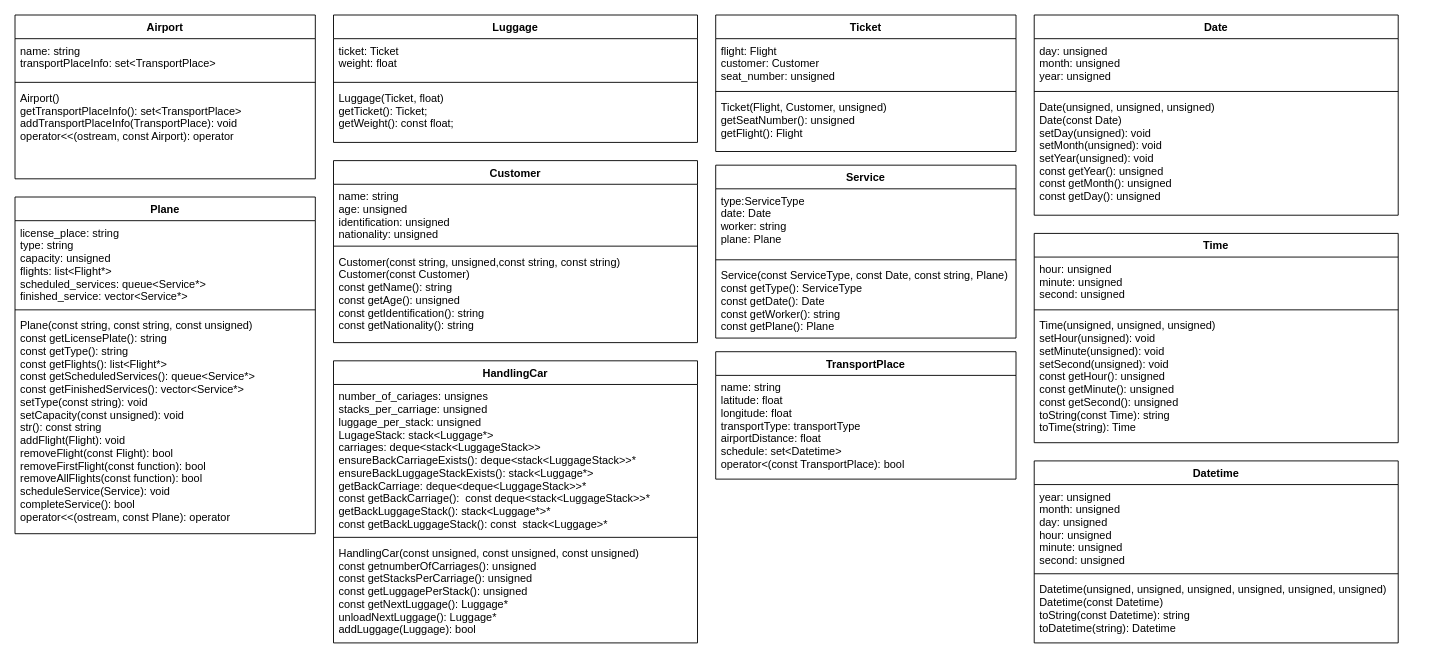
dendinho-e-bolinha/airline keeps this draw.io diagram as Untitled Diagram.drawio. Above is the earlier version. Source tidied: cells renumbered, new cells numbered last; positions are measured from the earlier drawing's top-left corner, leaving out a move shared by most shapes. Both pictures are drawn from the tidied source at 91%, with x=0, y=0 at pixel (15, 15).
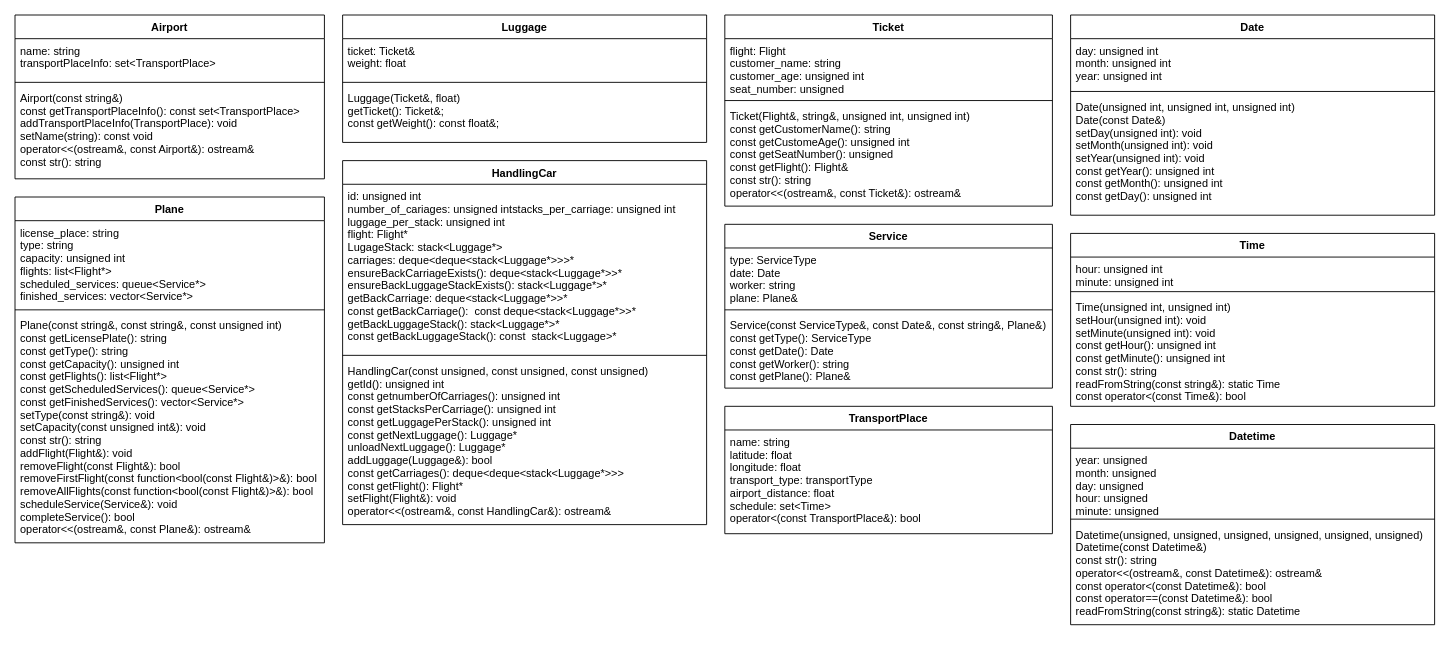
Above is the later version.

Commit message:
Updated classes diagram

The edit, as a diff of the source:
```diff
@@
     <mxCell id="2" value="Airport" style="swimlane;fontStyle=1;align=center;verticalAlign=top;horizontal=1;startSize=26;glass=0;strokeColor=default;" parent="1" vertex="1">
-      <mxGeometry width="330" height="180" as="geometry" />
+      <mxGeometry width="340" height="180" as="geometry" />
     </mxCell>
     <mxCell id="3" value="name: string&#10;transportPlaceInfo: set&lt;TransportPlace&gt;&#10;" style="text;strokeColor=none;fillColor=none;align=left;verticalAlign=top;spacingLeft=4;spacingRight=4;overflow=hidden;glass=0;" parent="2" vertex="1">
-      <mxGeometry y="26" width="330" height="44" as="geometry" />
+      <mxGeometry y="26" width="340" height="44" as="geometry" />
     </mxCell>
     <mxCell id="4" style="line;strokeWidth=1;fillColor=none;align=left;verticalAlign=middle;spacingTop=-1;spacingLeft=3;spacingRight=3;labelPosition=right;glass=0;" parent="2" vertex="1">
-      <mxGeometry y="70" width="330" height="8" as="geometry" />
+      <mxGeometry y="70" width="340" height="8" as="geometry" />
     </mxCell>
-    <mxCell id="5" value="Airport()&#10;getTransportPlaceInfo(): set&lt;TransportPlace&gt;&#10;addTransportPlaceInfo(TransportPlace): void&#10;operator&lt;&lt;(ostream, const Airport): operator&#10;" style="text;strokeColor=none;fillColor=none;align=left;verticalAlign=top;spacingLeft=4;spacingRight=4;overflow=hidden;glass=0;" parent="2" vertex="1">
-      <mxGeometry y="78" width="330" height="102" as="geometry" />
+    <mxCell id="5" value="Airport(const string&amp;)&#10;const getTransportPlaceInfo(): const set&lt;TransportPlace&gt;&#10;addTransportPlaceInfo(TransportPlace): void&#10;setName(string): const void&#10;operator&lt;&lt;(ostream&amp;, const Airport&amp;): ostream&amp;&#10;const str(): string&#10;&#10;" style="text;strokeColor=none;fillColor=none;align=left;verticalAlign=top;spacingLeft=4;spacingRight=4;overflow=hidden;glass=0;" parent="2" vertex="1">
+      <mxGeometry y="78" width="340" height="102" as="geometry" />
     </mxCell>
     <mxCell id="6" value="TransportPlace" style="swimlane;fontStyle=1;align=center;verticalAlign=top;horizontal=1;startSize=26;glass=0;strokeColor=default;" parent="1" vertex="1">
-      <mxGeometry x="770" y="370" width="330" height="140" as="geometry" />
+      <mxGeometry x="780" y="430" width="360" height="140" as="geometry" />
     </mxCell>
-    <mxCell id="7" value="name: string&#10;latitude: float&#10;longitude: float&#10;transportType: transportType&#10;airportDistance: float&#10;schedule: set&lt;Datetime&gt;&#10;operator&lt;(const TransportPlace): bool" style="text;strokeColor=none;fillColor=none;align=left;verticalAlign=top;spacingLeft=4;spacingRight=4;overflow=hidden;glass=0;" parent="6" vertex="1">
-      <mxGeometry y="26" width="330" height="114" as="geometry" />
+    <mxCell id="7" value="name: string&#10;latitude: float&#10;longitude: float&#10;transport_type: transportType&#10;airport_distance: float&#10;schedule: set&lt;Time&gt;&#10;operator&lt;(const TransportPlace&amp;): bool" style="text;strokeColor=none;fillColor=none;align=left;verticalAlign=top;spacingLeft=4;spacingRight=4;overflow=hidden;glass=0;" parent="6" vertex="1">
+      <mxGeometry y="26" width="360" height="114" as="geometry" />
     </mxCell>
     <mxCell id="8" value="Ticket" style="swimlane;fontStyle=1;align=center;verticalAlign=top;horizontal=1;startSize=26;glass=0;strokeColor=default;" parent="1" vertex="1">
-      <mxGeometry x="770" width="330" height="150" as="geometry" />
+      <mxGeometry x="780" width="360" height="210" as="geometry" />
     </mxCell>
-    <mxCell id="9" value="flight: Flight&#10;customer: Customer&#10;seat_number: unsigned&#10;" style="text;strokeColor=none;fillColor=none;align=left;verticalAlign=top;spacingLeft=4;spacingRight=4;overflow=hidden;glass=0;" parent="8" vertex="1">
-      <mxGeometry y="26" width="330" height="54" as="geometry" />
+    <mxCell id="9" value="flight: Flight&#10;customer_name: string&#10;customer_age: unsigned int&#10;seat_number: unsigned&#10;" style="text;strokeColor=none;fillColor=none;align=left;verticalAlign=top;spacingLeft=4;spacingRight=4;overflow=hidden;glass=0;" parent="8" vertex="1">
+      <mxGeometry y="26" width="360" height="64" as="geometry" />
     </mxCell>
     <mxCell id="10" style="line;strokeWidth=1;fillColor=none;align=left;verticalAlign=middle;spacingTop=-1;spacingLeft=3;spacingRight=3;labelPosition=right;glass=0;" parent="8" vertex="1">
-      <mxGeometry y="80" width="330" height="8" as="geometry" />
+      <mxGeometry y="90" width="360" height="8" as="geometry" />
     </mxCell>
-    <mxCell id="11" value="Ticket(Flight, Customer, unsigned)&#10;getSeatNumber(): unsigned&#10;getFlight(): Flight&#10;" style="text;strokeColor=none;fillColor=none;align=left;verticalAlign=top;spacingLeft=4;spacingRight=4;overflow=hidden;glass=0;" parent="8" vertex="1">
-      <mxGeometry y="88" width="330" height="62" as="geometry" />
+    <mxCell id="11" value="Ticket(Flight&amp;, string&amp;, unsigned int, unsigned int)&#10;const getCustomerName(): string&#10;const getCustomeAge(): unsigned int&#10;const getSeatNumber(): unsigned&#10;const getFlight(): Flight&amp;&#10;const str(): string&#10;operator&lt;&lt;(ostream&amp;, const Ticket&amp;): ostream&amp;&#10;&#10;" style="text;strokeColor=none;fillColor=none;align=left;verticalAlign=top;spacingLeft=4;spacingRight=4;overflow=hidden;glass=0;" parent="8" vertex="1">
+      <mxGeometry y="98" width="360" height="112" as="geometry" />
     </mxCell>
     <mxCell id="12" value="Plane" style="swimlane;fontStyle=1;align=center;verticalAlign=top;horizontal=1;startSize=26;glass=0;strokeColor=default;" parent="1" vertex="1">
-      <mxGeometry y="200" width="330" height="370" as="geometry" />
+      <mxGeometry y="200" width="340" height="380" as="geometry" />
     </mxCell>
-    <mxCell id="13" value="license_place: string&#10;type: string&#10;capacity: unsigned&#10;flights: list&lt;Flight*&gt;&#10;scheduled_services: queue&lt;Service*&gt;&#10;finished_service: vector&lt;Service*&gt;&#10;" style="text;strokeColor=none;fillColor=none;align=left;verticalAlign=top;spacingLeft=4;spacingRight=4;overflow=hidden;glass=0;" parent="12" vertex="1">
-      <mxGeometry y="26" width="330" height="94" as="geometry" />
+    <mxCell id="13" value="license_place: string&#10;type: string&#10;capacity: unsigned int&#10;flights: list&lt;Flight*&gt;&#10;scheduled_services: queue&lt;Service*&gt;&#10;finished_services: vector&lt;Service*&gt;&#10;" style="text;strokeColor=none;fillColor=none;align=left;verticalAlign=top;spacingLeft=4;spacingRight=4;overflow=hidden;glass=0;" parent="12" vertex="1">
+      <mxGeometry y="26" width="340" height="94" as="geometry" />
     </mxCell>
     <mxCell id="14" style="line;strokeWidth=1;fillColor=none;align=left;verticalAlign=middle;spacingTop=-1;spacingLeft=3;spacingRight=3;labelPosition=right;glass=0;" parent="12" vertex="1">
-      <mxGeometry y="120" width="330" height="8" as="geometry" />
+      <mxGeometry y="120" width="340" height="8" as="geometry" />
     </mxCell>
-    <mxCell id="15" value="Plane(const string, const string, const unsigned)&#10;const getLicensePlate(): string&#10;const getType(): string&#10;const getFlights(): list&lt;Flight*&gt;&#10;const getScheduledServices(): queue&lt;Service*&gt;&#10;const getFinishedServices(): vector&lt;Service*&gt;&#10;setType(const string): void&#10;setCapacity(const unsigned): void&#10;str(): const string&#10;addFlight(Flight): void&#10;removeFlight(const Flight): bool&#10;removeFirstFlight(const function): bool&#10;removeAllFlights(const function): bool&#10;scheduleService(Service): void&#10;completeService(): bool&#10;operator&lt;&lt;(ostream, const Plane): operator&#10;" style="text;strokeColor=none;fillColor=none;align=left;verticalAlign=top;spacingLeft=4;spacingRight=4;overflow=hidden;glass=0;" parent="12" vertex="1">
-      <mxGeometry y="128" width="330" height="242" as="geometry" />
+    <mxCell id="15" value="Plane(const string&amp;, const string&amp;, const unsigned int)&#10;const getLicensePlate(): string&#10;const getType(): string&#10;const getCapacity(): unsigned int&#10;const getFlights(): list&lt;Flight*&gt;&#10;const getScheduledServices(): queue&lt;Service*&gt;&#10;const getFinishedServices(): vector&lt;Service*&gt;&#10;setType(const string&amp;): void&#10;setCapacity(const unsigned int&amp;): void&#10;const str(): string&#10;addFlight(Flight&amp;): void&#10;removeFlight(const Flight&amp;): bool&#10;removeFirstFlight(const function&lt;bool(const Flight&amp;)&gt;&amp;): bool&#10;removeAllFlights(const function&lt;bool(const Flight&amp;)&gt;&amp;): bool&#10;scheduleService(Service&amp;): void&#10;completeService(): bool&#10;operator&lt;&lt;(ostream&amp;, const Plane&amp;): ostream&amp;&#10;" style="text;strokeColor=none;fillColor=none;align=left;verticalAlign=top;spacingLeft=4;spacingRight=4;overflow=hidden;glass=0;" parent="12" vertex="1">
+      <mxGeometry y="128" width="340" height="252" as="geometry" />
     </mxCell>
     <mxCell id="16" value="Service" style="swimlane;fontStyle=1;align=center;verticalAlign=top;horizontal=1;startSize=26;glass=0;strokeColor=default;" parent="1" vertex="1">
-      <mxGeometry x="770" y="165" width="330" height="190" as="geometry" />
+      <mxGeometry x="780" y="230" width="360" height="180" as="geometry" />
     </mxCell>
-    <mxCell id="17" value="type:ServiceType&#10;date: Date&#10;worker: string&#10;plane: Plane&#10;" style="text;strokeColor=none;fillColor=none;align=left;verticalAlign=top;spacingLeft=4;spacingRight=4;overflow=hidden;glass=0;" parent="16" vertex="1">
-      <mxGeometry y="26" width="330" height="74" as="geometry" />
+    <mxCell id="17" value="type: ServiceType&#10;date: Date&#10;worker: string&#10;plane: Plane&amp;&#10;" style="text;strokeColor=none;fillColor=none;align=left;verticalAlign=top;spacingLeft=4;spacingRight=4;overflow=hidden;glass=0;" parent="16" vertex="1">
+      <mxGeometry y="26" width="360" height="64" as="geometry" />
     </mxCell>
     <mxCell id="18" style="line;strokeWidth=1;fillColor=none;align=left;verticalAlign=middle;spacingTop=-1;spacingLeft=3;spacingRight=3;labelPosition=right;glass=0;" parent="16" vertex="1">
-      <mxGeometry y="100" width="330" height="8" as="geometry" />
+      <mxGeometry y="90" width="360" height="8" as="geometry" />
     </mxCell>
-    <mxCell id="19" value="Service(const ServiceType, const Date, const string, Plane)&#10;const getType(): ServiceType&#10;const getDate(): Date&#10;const getWorker(): string&#10;const getPlane(): Plane&#10;" style="text;strokeColor=none;fillColor=none;align=left;verticalAlign=top;spacingLeft=4;spacingRight=4;overflow=hidden;glass=0;" parent="16" vertex="1">
-      <mxGeometry y="108" width="330" height="82" as="geometry" />
+    <mxCell id="19" value="Service(const ServiceType&amp;, const Date&amp;, const string&amp;, Plane&amp;)&#10;const getType(): ServiceType&#10;const getDate(): Date&#10;const getWorker(): string&#10;const getPlane(): Plane&amp;&#10;" style="text;strokeColor=none;fillColor=none;align=left;verticalAlign=top;spacingLeft=4;spacingRight=4;overflow=hidden;glass=0;" parent="16" vertex="1">
+      <mxGeometry y="98" width="360" height="82" as="geometry" />
     </mxCell>
     <mxCell id="20" value="Date" style="swimlane;fontStyle=1;align=center;verticalAlign=top;horizontal=1;startSize=26;glass=0;strokeColor=default;" parent="1" vertex="1">
-      <mxGeometry x="1120" width="400" height="220" as="geometry" />
+      <mxGeometry x="1160" width="400" height="220" as="geometry" />
     </mxCell>
-    <mxCell id="21" value="day: unsigned&#10;month: unsigned&#10;year: unsigned&#10;" style="text;strokeColor=none;fillColor=none;align=left;verticalAlign=top;spacingLeft=4;spacingRight=4;overflow=hidden;glass=0;" parent="20" vertex="1">
+    <mxCell id="21" value="day: unsigned int&#10;month: unsigned int&#10;year: unsigned int&#10;" style="text;strokeColor=none;fillColor=none;align=left;verticalAlign=top;spacingLeft=4;spacingRight=4;overflow=hidden;glass=0;" parent="20" vertex="1">
       <mxGeometry y="26" width="400" height="54" as="geometry" />
     </mxCell>
@@
-    <mxCell id="23" value="Date(unsigned, unsigned, unsigned)&#10;Date(const Date)&#10;setDay(unsigned): void&#10;setMonth(unsigned): void&#10;setYear(unsigned): void&#10;const getYear(): unsigned&#10;const getMonth(): unsigned&#10;const getDay(): unsigned" style="text;strokeColor=none;fillColor=none;align=left;verticalAlign=top;spacingLeft=4;spacingRight=4;overflow=hidden;glass=0;" parent="20" vertex="1">
+    <mxCell id="23" value="Date(unsigned int, unsigned int, unsigned int)&#10;Date(const Date&amp;)&#10;setDay(unsigned int): void&#10;setMonth(unsigned int): void&#10;setYear(unsigned int): void&#10;const getYear(): unsigned int&#10;const getMonth(): unsigned int&#10;const getDay(): unsigned int" style="text;strokeColor=none;fillColor=none;align=left;verticalAlign=top;spacingLeft=4;spacingRight=4;overflow=hidden;glass=0;" parent="20" vertex="1">
       <mxGeometry y="88" width="400" height="132" as="geometry" />
     </mxCell>
     <mxCell id="24" value="Time" style="swimlane;fontStyle=1;align=center;verticalAlign=top;horizontal=1;startSize=26;glass=0;strokeColor=default;" parent="1" vertex="1">
-      <mxGeometry x="1120" y="240" width="400" height="230" as="geometry" />
+      <mxGeometry x="1160" y="240" width="400" height="190" as="geometry" />
     </mxCell>
-    <mxCell id="25" value="hour: unsigned&#10;minute: unsigned&#10;second: unsigned&#10;" style="text;strokeColor=none;fillColor=none;align=left;verticalAlign=top;spacingLeft=4;spacingRight=4;overflow=hidden;glass=0;" parent="24" vertex="1">
-      <mxGeometry y="26" width="400" height="54" as="geometry" />
+    <mxCell id="25" value="hour: unsigned int&#10;minute: unsigned int" style="text;strokeColor=none;fillColor=none;align=left;verticalAlign=top;spacingLeft=4;spacingRight=4;overflow=hidden;glass=0;" parent="24" vertex="1">
+      <mxGeometry y="26" width="400" height="34" as="geometry" />
     </mxCell>
     <mxCell id="26" style="line;strokeWidth=1;fillColor=none;align=left;verticalAlign=middle;spacingTop=-1;spacingLeft=3;spacingRight=3;labelPosition=right;glass=0;" parent="24" vertex="1">
-      <mxGeometry y="80" width="400" height="8" as="geometry" />
+      <mxGeometry y="60" width="400" height="8" as="geometry" />
     </mxCell>
-    <mxCell id="27" value="Time(unsigned, unsigned, unsigned)&#10;setHour(unsigned): void&#10;setMinute(unsigned): void&#10;setSecond(unsigned): void&#10;const getHour(): unsigned&#10;const getMinute(): unsigned&#10;const getSecond(): unsigned&#10;toString(const Time): string&#10;toTime(string): Time&#10;" style="text;strokeColor=none;fillColor=none;align=left;verticalAlign=top;spacingLeft=4;spacingRight=4;overflow=hidden;glass=0;" parent="24" vertex="1">
-      <mxGeometry y="88" width="400" height="142" as="geometry" />
+    <mxCell id="27" value="Time(unsigned int, unsigned int)&#10;setHour(unsigned int): void&#10;setMinute(unsigned int): void&#10;const getHour(): unsigned int&#10;const getMinute(): unsigned int&#10;const str(): string&#10;readFromString(const string&amp;): static Time&#10;const operator&lt;(const Time&amp;): bool&#10;&#10;" style="text;strokeColor=none;fillColor=none;align=left;verticalAlign=top;spacingLeft=4;spacingRight=4;overflow=hidden;glass=0;" parent="24" vertex="1">
+      <mxGeometry y="68" width="400" height="122" as="geometry" />
     </mxCell>
-    <mxCell id="28" value="Customer" style="swimlane;fontStyle=1;align=center;verticalAlign=top;horizontal=1;startSize=26;glass=0;strokeColor=default;" parent="1" vertex="1">
-      <mxGeometry x="350" y="160" width="400" height="200" as="geometry" />
-    </mxCell>
-    <mxCell id="29" value="name: string&#10;age: unsigned&#10;identification: unsigned&#10;nationality: unsigned&#10;" style="text;strokeColor=none;fillColor=none;align=left;verticalAlign=top;spacingLeft=4;spacingRight=4;overflow=hidden;glass=0;" parent="28" vertex="1">
-      <mxGeometry y="26" width="400" height="64" as="geometry" />
-    </mxCell>
-    <mxCell id="30" style="line;strokeWidth=1;fillColor=none;align=left;verticalAlign=middle;spacingTop=-1;spacingLeft=3;spacingRight=3;labelPosition=right;glass=0;" parent="28" vertex="1">
-      <mxGeometry y="90" width="400" height="8" as="geometry" />
-    </mxCell>
-    <mxCell id="31" value="Customer(const string, unsigned,const string, const string)&#10;Customer(const Customer)&#10;const getName(): string&#10;const getAge(): unsigned&#10;const getIdentification(): string&#10;const getNationality(): string&#10;" style="text;strokeColor=none;fillColor=none;align=left;verticalAlign=top;spacingLeft=4;spacingRight=4;overflow=hidden;glass=0;" parent="28" vertex="1">
-      <mxGeometry y="98" width="400" height="102" as="geometry" />
-    </mxCell>
     <mxCell id="32" value="Luggage" style="swimlane;fontStyle=1;align=center;verticalAlign=top;horizontal=1;startSize=26;glass=0;strokeColor=default;" parent="1" vertex="1">
-      <mxGeometry x="350" width="400" height="140" as="geometry" />
+      <mxGeometry x="360" width="400" height="140" as="geometry" />
     </mxCell>
-    <mxCell id="33" value="ticket: Ticket&#10;weight: float&#10;" style="text;strokeColor=none;fillColor=none;align=left;verticalAlign=top;spacingLeft=4;spacingRight=4;overflow=hidden;glass=0;" parent="32" vertex="1">
+    <mxCell id="33" value="ticket: Ticket&amp;&#10;weight: float&#10;" style="text;strokeColor=none;fillColor=none;align=left;verticalAlign=top;spacingLeft=4;spacingRight=4;overflow=hidden;glass=0;" parent="32" vertex="1">
       <mxGeometry y="26" width="400" height="44" as="geometry" />
     </mxCell>
@@
-    <mxCell id="35" value="Luggage(Ticket, float)&#10;getTicket(): Ticket;&#10;getWeight(): const float;&#10;" style="text;strokeColor=none;fillColor=none;align=left;verticalAlign=top;spacingLeft=4;spacingRight=4;overflow=hidden;glass=0;" parent="32" vertex="1">
+    <mxCell id="35" value="Luggage(Ticket&amp;, float)&#10;getTicket(): Ticket&amp;;&#10;const getWeight(): const float&amp;;&#10;" style="text;strokeColor=none;fillColor=none;align=left;verticalAlign=top;spacingLeft=4;spacingRight=4;overflow=hidden;glass=0;" parent="32" vertex="1">
       <mxGeometry y="78" width="400" height="62" as="geometry" />
     </mxCell>
     <mxCell id="36" value="HandlingCar" style="swimlane;fontStyle=1;align=center;verticalAlign=top;horizontal=1;startSize=26;" parent="1" vertex="1">
-      <mxGeometry x="350" y="380" width="400" height="310" as="geometry" />
+      <mxGeometry x="360" y="160" width="400" height="400" as="geometry" />
     </mxCell>
-    <mxCell id="37" value="number_of_cariages: unsignes&#10;stacks_per_carriage: unsigned&#10;luggage_per_stack: unsigned&#10;LugageStack: stack&lt;Luggage*&gt;&#10;carriages: deque&lt;stack&lt;LuggageStack&gt;&gt;&#10;ensureBackCarriageExists(): deque&lt;stack&lt;LuggageStack&gt;&gt;*&#10;ensureBackLuggageStackExists(): stack&lt;Luggage*&gt;&#10;getBackCarriage: deque&lt;deque&lt;LuggageStack&gt;&gt;*&#10;const getBackCarriage():  const deque&lt;stack&lt;LuggageStack&gt;&gt;*&#10;getBackLuggageStack(): stack&lt;Luggage*&gt;*&#10;const getBackLuggageStack(): const  stack&lt;Luggage&gt;*&#10;" style="text;strokeColor=none;fillColor=none;align=left;verticalAlign=top;spacingLeft=4;spacingRight=4;overflow=hidden;" parent="36" vertex="1">
-      <mxGeometry y="26" width="400" height="164" as="geometry" />
+    <mxCell id="37" value="id: unsigned int&#10;number_of_cariages: unsigned intstacks_per_carriage: unsigned int&#10;luggage_per_stack: unsigned int&#10;flight: Flight*&#10;LugageStack: stack&lt;Luggage*&gt;&#10;carriages: deque&lt;deque&lt;stack&lt;Luggage*&gt;&gt;&gt;*&#10;ensureBackCarriageExists(): deque&lt;stack&lt;Luggage*&gt;&gt;*&#10;ensureBackLuggageStackExists(): stack&lt;Luggage*&gt;*&#10;getBackCarriage: deque&lt;stack&lt;Luggage*&gt;&gt;*&#10;const getBackCarriage():  const deque&lt;stack&lt;Luggage*&gt;&gt;*&#10;getBackLuggageStack(): stack&lt;Luggage*&gt;*&#10;const getBackLuggageStack(): const  stack&lt;Luggage&gt;*&#10;" style="text;strokeColor=none;fillColor=none;align=left;verticalAlign=top;spacingLeft=4;spacingRight=4;overflow=hidden;" parent="36" vertex="1">
+      <mxGeometry y="26" width="400" height="184" as="geometry" />
     </mxCell>
     <mxCell id="38" style="line;strokeWidth=1;fillColor=none;align=left;verticalAlign=middle;spacingTop=-1;spacingLeft=3;spacingRight=3;labelPosition=right;" parent="36" vertex="1">
-      <mxGeometry y="190" width="400" height="8" as="geometry" />
+      <mxGeometry y="210" width="400" height="8" as="geometry" />
     </mxCell>
-    <mxCell id="39" value="HandlingCar(const unsigned, const unsigned, const unsigned)&#10;const getnumberOfCarriages(): unsigned&#10;const getStacksPerCarriage(): unsigned&#10;const getLuggagePerStack(): unsigned&#10;const getNextLuggage(): Luggage*&#10;unloadNextLuggage(): Luggage*&#10;addLuggage(Luggage): bool&#10;" style="text;strokeColor=none;fillColor=none;align=left;verticalAlign=top;spacingLeft=4;spacingRight=4;overflow=hidden;" parent="36" vertex="1">
-      <mxGeometry y="198" width="400" height="112" as="geometry" />
+    <mxCell id="39" value="HandlingCar(const unsigned, const unsigned, const unsigned)&#10;getId(): unsigned int&#10;const getnumberOfCarriages(): unsigned int&#10;const getStacksPerCarriage(): unsigned int&#10;const getLuggagePerStack(): unsigned int&#10;const getNextLuggage(): Luggage*&#10;unloadNextLuggage(): Luggage*&#10;addLuggage(Luggage&amp;): bool&#10;const getCarriages(): deque&lt;deque&lt;stack&lt;Luggage*&gt;&gt;&gt;&#10;const getFlight(): Flight*&#10;setFlight(Flight&amp;): void&#10;operator&lt;&lt;(ostream&amp;, const HandlingCar&amp;): ostream&amp;&#10;&#10;&#10;&#10;" style="text;strokeColor=none;fillColor=none;align=left;verticalAlign=top;spacingLeft=4;spacingRight=4;overflow=hidden;" parent="36" vertex="1">
+      <mxGeometry y="218" width="400" height="182" as="geometry" />
     </mxCell>
     <mxCell id="40" value="Datetime" style="swimlane;fontStyle=1;align=center;verticalAlign=top;horizontal=1;startSize=26;glass=0;strokeColor=default;" parent="1" vertex="1">
-      <mxGeometry x="1120" y="490" width="400" height="200" as="geometry" />
+      <mxGeometry x="1160" y="450" width="400" height="220" as="geometry" />
     </mxCell>
-    <mxCell id="41" value="year: unsigned&#10;month: unsigned&#10;day: unsigned&#10;hour: unsigned&#10;minute: unsigned&#10;second: unsigned" style="text;strokeColor=none;fillColor=none;align=left;verticalAlign=top;spacingLeft=4;spacingRight=4;overflow=hidden;glass=0;" parent="40" vertex="1">
-      <mxGeometry y="26" width="400" height="94" as="geometry" />
+    <mxCell id="41" value="year: unsigned&#10;month: unsigned&#10;day: unsigned&#10;hour: unsigned&#10;minute: unsigned" style="text;strokeColor=none;fillColor=none;align=left;verticalAlign=top;spacingLeft=4;spacingRight=4;overflow=hidden;glass=0;" parent="40" vertex="1">
+      <mxGeometry y="26" width="400" height="74" as="geometry" />
     </mxCell>
     <mxCell id="42" style="line;strokeWidth=1;fillColor=none;align=left;verticalAlign=middle;spacingTop=-1;spacingLeft=3;spacingRight=3;labelPosition=right;glass=0;" parent="40" vertex="1">
-      <mxGeometry y="120" width="400" height="8" as="geometry" />
+      <mxGeometry y="100" width="400" height="8" as="geometry" />
     </mxCell>
-    <mxCell id="43" value="Datetime(unsigned, unsigned, unsigned, unsigned, unsigned, unsigned)&#10;Datetime(const Datetime)&#10;toString(const Datetime): string&#10;toDatetime(string): Datetime" style="text;strokeColor=none;fillColor=none;align=left;verticalAlign=top;spacingLeft=4;spacingRight=4;overflow=hidden;glass=0;" parent="40" vertex="1">
-      <mxGeometry y="128" width="400" height="72" as="geometry" />
+    <mxCell id="43" value="Datetime(unsigned, unsigned, unsigned, unsigned, unsigned, unsigned)&#10;Datetime(const Datetime&amp;)&#10;const str(): string&#10;operator&lt;&lt;(ostream&amp;, const Datetime&amp;): ostream&amp;&#10;const operator&lt;(const Datetime&amp;): bool&#10;const operator==(const Datetime&amp;): bool&#10;readFromString(const string&amp;): static Datetime&#10;" style="text;strokeColor=none;fillColor=none;align=left;verticalAlign=top;spacingLeft=4;spacingRight=4;overflow=hidden;glass=0;" parent="40" vertex="1">
+      <mxGeometry y="108" width="400" height="112" as="geometry" />
     </mxCell>
```
